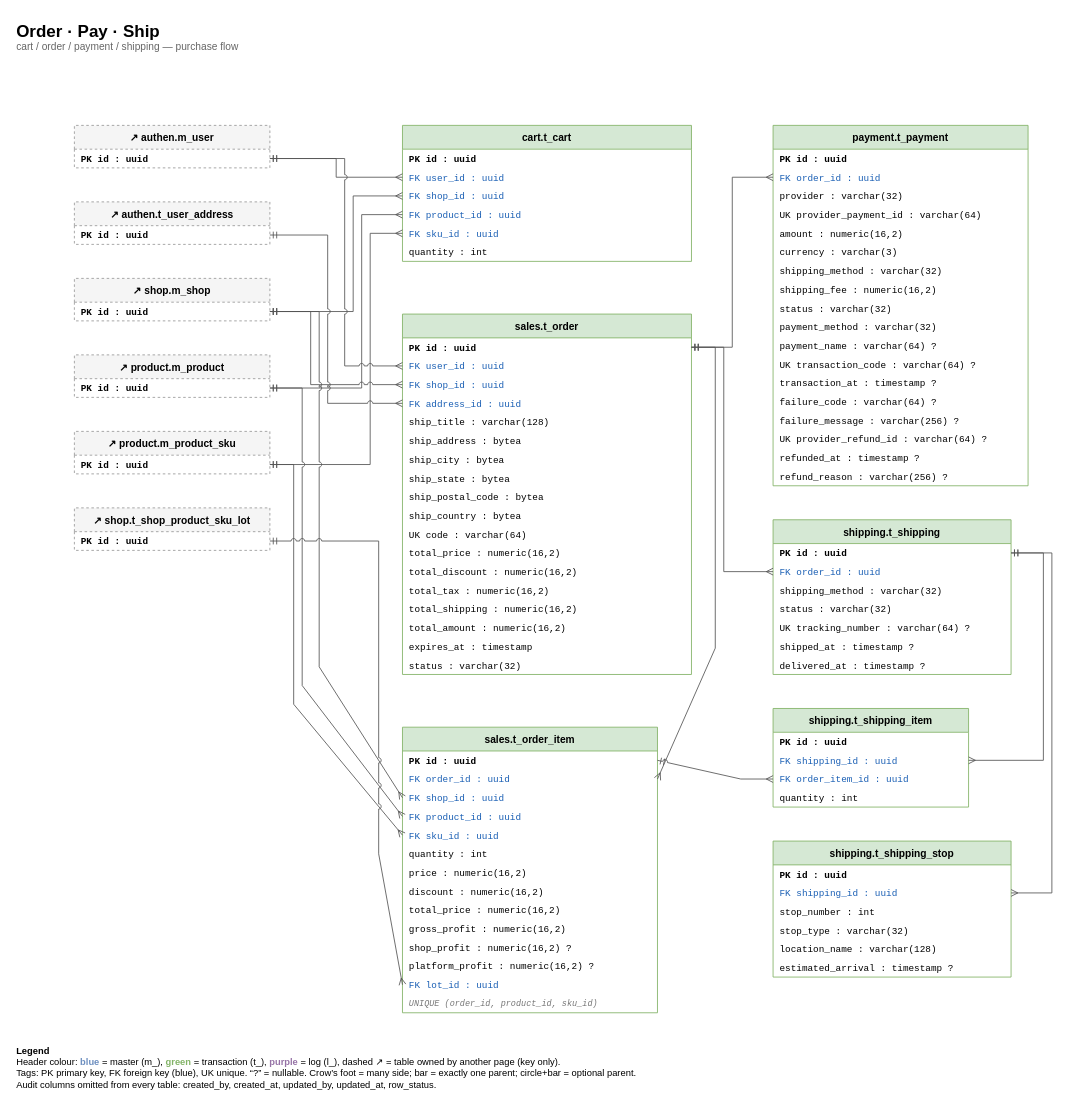
ittikornsopawan/system-analysis-and-design keeps this draw.io diagram as page "5 Order · Pay · Ship" (6 of 8) of e-commerce/db/er-diagram.drawio. Above is the earlier version. Source tidied: cells renumbered, new cells numbered last; positions are measured from the earlier drawing's top-left corner, leaving out a move shared by most shapes. Both pictures are drawn from the tidied source at 85%, with x=0, y=0 at pixel (14, 14).
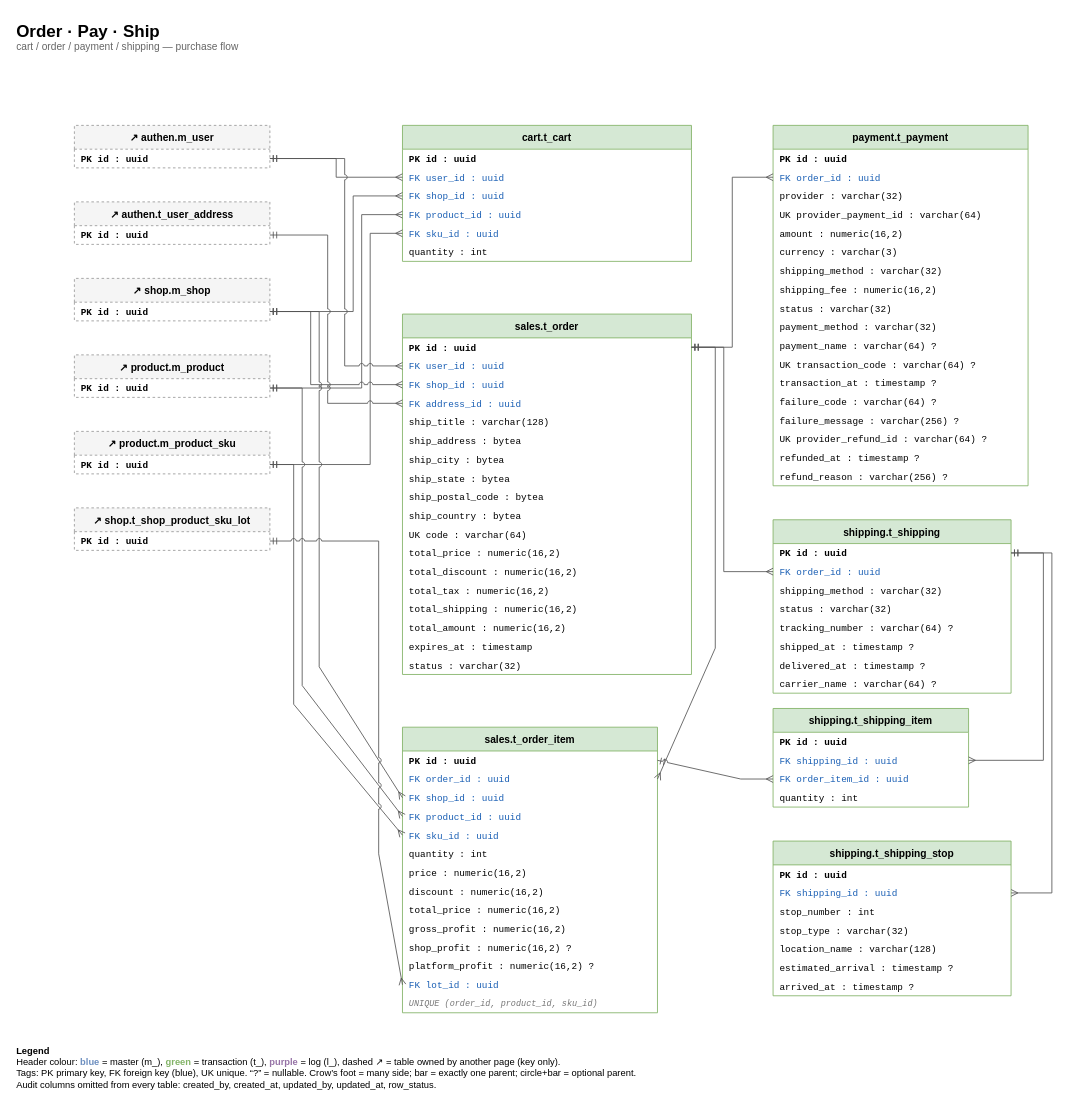
Above is the later version.

Change to the diagram source:
```diff
@@
     <mxCell id="75" value="shipping.t_shipping" style="swimlane;fontStyle=1;horizontal=1;startSize=28;fillColor=#d5e8d4;strokeColor=#82b366;swimlaneFillColor=#ffffff;fontSize=12;" parent="1" vertex="1">
-      <mxGeometry x="892" y="594" width="280" height="182" as="geometry" />
+      <mxGeometry x="892" y="594" width="280" height="204" as="geometry" />
     </mxCell>
@@
-    <mxCell id="80" value="UK    tracking_number : varchar(64) ?" style="text;html=0;strokeColor=none;fillColor=none;align=left;verticalAlign=middle;spacingLeft=6;spacingRight=4;overflow=hidden;whiteSpace=nowrap;fontFamily=Courier New;fontSize=11;" parent="75" vertex="1">
+    <mxCell id="80" value="      tracking_number : varchar(64) ?" style="text;html=0;strokeColor=none;fillColor=none;align=left;verticalAlign=middle;spacingLeft=6;spacingRight=4;overflow=hidden;whiteSpace=nowrap;fontFamily=Courier New;fontSize=11;" parent="75" vertex="1">
       <mxGeometry y="116" width="280" height="22" as="geometry" />
     </mxCell>
@@
+    <mxCell id="113" value="      carrier_name : varchar(64) ?" style="text;html=0;strokeColor=none;fillColor=none;align=left;verticalAlign=middle;spacingLeft=6;spacingRight=4;overflow=hidden;whiteSpace=nowrap;fontFamily=Courier New;fontSize=11;" parent="75" vertex="1">
+      <mxGeometry y="182" width="280" height="22" as="geometry" />
+    </mxCell>
@@
     <mxCell id="88" value="shipping.t_shipping_stop" style="swimlane;fontStyle=1;horizontal=1;startSize=28;fillColor=#d5e8d4;strokeColor=#82b366;swimlaneFillColor=#ffffff;fontSize=12;" parent="1" vertex="1">
-      <mxGeometry x="892" y="972" width="280" height="160" as="geometry" />
+      <mxGeometry x="892" y="972" width="280" height="182" as="geometry" />
     </mxCell>
@@
+    <mxCell id="114" value="      arrived_at : timestamp ?" style="text;html=0;strokeColor=none;fillColor=none;align=left;verticalAlign=middle;spacingLeft=6;spacingRight=4;overflow=hidden;whiteSpace=nowrap;fontFamily=Courier New;fontSize=11;" parent="88" vertex="1">
+      <mxGeometry y="160" width="280" height="22" as="geometry" />
+    </mxCell>
```
